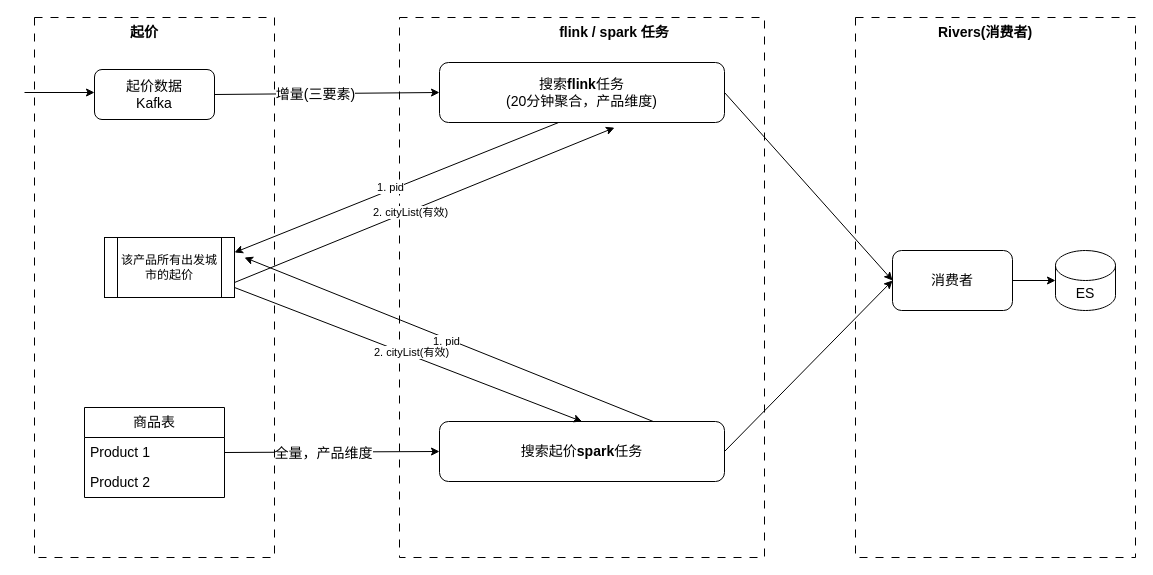
Earlier version of the draw.io diagram 索引起价更新V2.drawio (haiyang1985/draw-io). Source tidied: cells renumbered, new cells numbered last; positions are measured from the earlier drawing's top-left corner, leaving out a move shared by most shapes. Both pictures are drawn from the tidied source at 100%, with x=0, y=0 at pixel (24, 17).
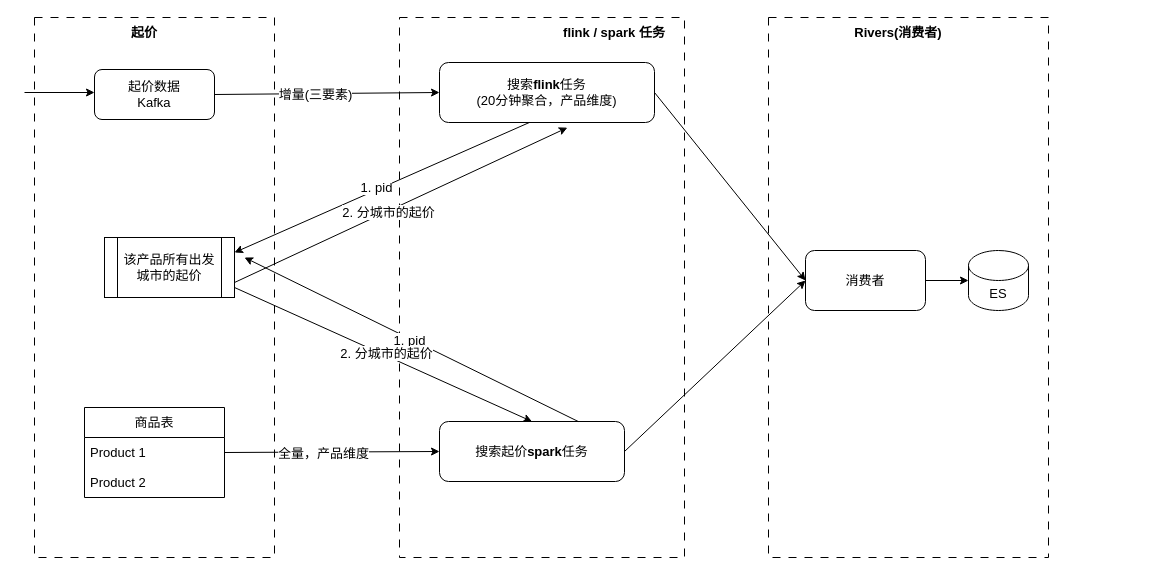
Above is the later version.

Commit message:
更新索引起价更新V2.drawio

Diff of the diagram source:
```diff
@@
-    <mxCell id="2" style="rounded=0;whiteSpace=wrap;html=1;fontSize=14;dashed=1;dashPattern=8 8;" parent="1" vertex="1">
-      <mxGeometry x="375" width="365" height="540" as="geometry" />
+    <mxCell id="2" style="rounded=0;whiteSpace=wrap;html=1;fontSize=13;dashed=1;dashPattern=8 8;" parent="1" vertex="1">
+      <mxGeometry x="375" width="285" height="540" as="geometry" />
     </mxCell>
-    <mxCell id="3" style="rounded=0;whiteSpace=wrap;html=1;fontSize=14;dashed=1;dashPattern=8 8;" parent="1" vertex="1">
-      <mxGeometry x="831" width="280" height="540" as="geometry" />
+    <mxCell id="3" style="rounded=0;whiteSpace=wrap;html=1;fontSize=13;dashed=1;dashPattern=8 8;" parent="1" vertex="1">
+      <mxGeometry x="744" width="280" height="540" as="geometry" />
     </mxCell>
-    <mxCell id="4" style="rounded=0;whiteSpace=wrap;html=1;fontSize=14;strokeColor=default;dashed=1;dashPattern=8 8;" parent="1" vertex="1">
+    <mxCell id="4" style="rounded=0;whiteSpace=wrap;html=1;fontSize=13;strokeColor=default;dashed=1;dashPattern=8 8;" parent="1" vertex="1">
       <mxGeometry x="10" width="240" height="540" as="geometry" />
     </mxCell>
-    <mxCell id="5" value="起价" style="text;html=1;whiteSpace=wrap;strokeColor=none;fillColor=none;align=center;verticalAlign=middle;rounded=0;fontSize=14;fontStyle=1;" parent="1" vertex="1">
+    <mxCell id="5" value="起价" style="text;html=1;whiteSpace=wrap;strokeColor=none;fillColor=none;align=center;verticalAlign=middle;rounded=0;fontSize=13;fontStyle=1;" parent="1" vertex="1">
       <mxGeometry x="90" width="60" height="30" as="geometry" />
     </mxCell>
-    <mxCell id="6" value="flink / spark 任务" style="text;html=1;whiteSpace=wrap;strokeColor=none;fillColor=none;align=center;verticalAlign=middle;rounded=0;fontSize=14;fontStyle=1;" parent="1" vertex="1">
+    <mxCell id="6" value="flink / spark 任务" style="text;html=1;whiteSpace=wrap;strokeColor=none;fillColor=none;align=center;verticalAlign=middle;rounded=0;fontSize=13;fontStyle=1;" parent="1" vertex="1">
       <mxGeometry x="530" width="120" height="30" as="geometry" />
     </mxCell>
-    <mxCell id="7" value="Rivers(消费者)" style="text;html=1;whiteSpace=wrap;strokeColor=none;fillColor=none;align=center;verticalAlign=middle;rounded=0;fontSize=14;fontStyle=1;" parent="1" vertex="1">
-      <mxGeometry x="911" width="100" height="30" as="geometry" />
+    <mxCell id="7" value="Rivers(消费者)" style="text;html=1;whiteSpace=wrap;strokeColor=none;fillColor=none;align=center;verticalAlign=middle;rounded=0;fontSize=13;fontStyle=1;" parent="1" vertex="1">
+      <mxGeometry x="824" width="100" height="30" as="geometry" />
     </mxCell>
-    <mxCell id="8" value="起价数据&lt;div&gt;Kafka&lt;/div&gt;" style="rounded=1;whiteSpace=wrap;html=1;fontSize=14;" parent="1" vertex="1">
+    <mxCell id="8" value="起价数据&lt;div&gt;Kafka&lt;/div&gt;" style="rounded=1;whiteSpace=wrap;html=1;fontSize=13;" parent="1" vertex="1">
       <mxGeometry x="70" y="52" width="120" height="50" as="geometry" />
     </mxCell>
-    <mxCell id="9" value="搜索&lt;b&gt;flink&lt;/b&gt;任务&lt;div&gt;(20分钟聚合，产品维度)&lt;/div&gt;" style="rounded=1;whiteSpace=wrap;html=1;fontSize=14;" parent="1" vertex="1">
-      <mxGeometry x="415" y="45" width="285" height="60" as="geometry" />
+    <mxCell id="9" value="搜索&lt;b&gt;flink&lt;/b&gt;任务&lt;div&gt;(20分钟聚合，产品维度)&lt;/div&gt;" style="rounded=1;whiteSpace=wrap;html=1;fontSize=13;" parent="1" vertex="1">
+      <mxGeometry x="415" y="45" width="215" height="60" as="geometry" />
     </mxCell>
-    <mxCell id="10" style="endArrow=classic;html=1;rounded=0;exitX=1;exitY=0.5;exitDx=0;exitDy=0;entryX=0;entryY=0.5;entryDx=0;entryDy=0;fontSize=14;" parent="1" edge="1" source="8" target="9">
+    <mxCell id="10" style="endArrow=classic;html=1;rounded=0;exitX=1;exitY=0.5;exitDx=0;exitDy=0;entryX=0;entryY=0.5;entryDx=0;entryDy=0;fontSize=13;" parent="1" edge="1" source="8" target="9">
       <mxGeometry relative="1" as="geometry" />
     </mxCell>
-    <mxCell id="11" value="增量(三要素&lt;span style=&quot;background-color: light-dark(#ffffff, var(--ge-dark-color, #121212)); color: light-dark(rgb(0, 0, 0), rgb(255, 255, 255));&quot;&gt;)&lt;/span&gt;" style="edgeLabel;html=1;align=center;verticalAlign=middle;fontSize=14;" parent="10" vertex="1">
+    <mxCell id="11" value="增量(三要素&lt;span style=&quot;background-color: light-dark(#ffffff, var(--ge-dark-color, #121212)); color: light-dark(rgb(0, 0, 0), rgb(255, 255, 255));&quot;&gt;)&lt;/span&gt;" style="edgeLabel;html=1;align=center;verticalAlign=middle;fontSize=13;" parent="10" vertex="1">
       <mxGeometry x="-0.1" relative="1" as="geometry" />
     </mxCell>
-    <mxCell id="12" value="ES" style="shape=cylinder3;whiteSpace=wrap;html=1;boundedLbl=1;backgroundOutline=1;size=15;fontSize=14;" parent="1" vertex="1">
-      <mxGeometry x="1031" y="233" width="60" height="60" as="geometry" />
+    <mxCell id="12" value="ES" style="shape=cylinder3;whiteSpace=wrap;html=1;boundedLbl=1;backgroundOutline=1;size=15;fontSize=13;" parent="1" vertex="1">
+      <mxGeometry x="944" y="233" width="60" height="60" as="geometry" />
     </mxCell>
-    <mxCell id="13" value="消费者" style="rounded=1;whiteSpace=wrap;html=1;fontSize=14;" parent="1" vertex="1">
-      <mxGeometry x="868" y="233" width="120" height="60" as="geometry" />
+    <mxCell id="13" value="消费者" style="rounded=1;whiteSpace=wrap;html=1;fontSize=13;" parent="1" vertex="1">
+      <mxGeometry x="781" y="233" width="120" height="60" as="geometry" />
     </mxCell>
-    <mxCell id="14" style="endArrow=classic;html=1;rounded=0;exitX=1;exitY=0.5;exitDx=0;exitDy=0;entryX=0;entryY=0.5;entryDx=0;entryDy=0;fontSize=14;" parent="1" edge="1" source="9" target="13">
+    <mxCell id="14" style="endArrow=classic;html=1;rounded=0;exitX=1;exitY=0.5;exitDx=0;exitDy=0;entryX=0;entryY=0.5;entryDx=0;entryDy=0;fontSize=13;" parent="1" edge="1" source="9" target="13">
       <mxGeometry relative="1" as="geometry" />
     </mxCell>
-    <mxCell id="15" style="endArrow=classic;html=1;rounded=0;exitX=1;exitY=0.5;exitDx=0;exitDy=0;fontSize=14;" parent="1" edge="1" source="13">
+    <mxCell id="15" style="endArrow=classic;html=1;rounded=0;exitX=1;exitY=0.5;exitDx=0;exitDy=0;fontSize=13;" parent="1" edge="1" source="13">
       <mxGeometry relative="1" as="geometry">
-        <mxPoint x="1031" y="263" as="targetPoint" />
+        <mxPoint x="944" y="263" as="targetPoint" />
       </mxGeometry>
     </mxCell>
-    <mxCell id="16" style="endArrow=classic;html=1;rounded=0;fontSize=14;" parent="1" edge="1">
+    <mxCell id="16" style="endArrow=classic;html=1;rounded=0;fontSize=13;" parent="1" edge="1">
       <mxGeometry relative="1" as="geometry">
         <mxPoint y="75" as="sourcePoint" />
         <mxPoint x="70" y="75" as="targetPoint" />
       </mxGeometry>
     </mxCell>
-    <mxCell id="17" value="商品表" style="swimlane;fontStyle=0;horizontal=1;startSize=30;whiteSpace=wrap;html=1;fontSize=14;" parent="1" vertex="1">
+    <mxCell id="17" value="商品表" style="swimlane;fontStyle=0;horizontal=1;startSize=30;whiteSpace=wrap;html=1;fontSize=13;" parent="1" vertex="1">
       <mxGeometry x="60" y="390" width="140" height="90" as="geometry" />
     </mxCell>
-    <mxCell id="18" value="Product 1" style="text;strokeColor=none;fillColor=none;align=left;verticalAlign=middle;spacingLeft=4;spacingRight=4;overflow=hidden;points=[[0,0.5],[1,0.5]];portConstraint=eastwest;whiteSpace=wrap;html=1;fontSize=14;" parent="17" vertex="1">
+    <mxCell id="18" value="Product 1" style="text;strokeColor=none;fillColor=none;align=left;verticalAlign=middle;spacingLeft=4;spacingRight=4;overflow=hidden;points=[[0,0.5],[1,0.5]];portConstraint=eastwest;whiteSpace=wrap;html=1;fontSize=13;" parent="17" vertex="1">
       <mxGeometry y="30" width="140" height="30" as="geometry" />
     </mxCell>
-    <mxCell id="19" value="Product 2" style="text;strokeColor=none;fillColor=none;align=left;verticalAlign=middle;spacingLeft=4;spacingRight=4;overflow=hidden;whiteSpace=wrap;html=1;fontSize=14;" parent="17" vertex="1">
+    <mxCell id="19" value="Product 2" style="text;strokeColor=none;fillColor=none;align=left;verticalAlign=middle;spacingLeft=4;spacingRight=4;overflow=hidden;whiteSpace=wrap;html=1;fontSize=13;" parent="17" vertex="1">
       <mxGeometry y="60" width="140" height="30" as="geometry" />
     </mxCell>
-    <mxCell id="20" value="搜索起价&lt;b&gt;spark&lt;/b&gt;任务" style="rounded=1;whiteSpace=wrap;html=1;fontSize=14;" parent="1" vertex="1">
-      <mxGeometry x="415" y="404" width="285" height="60" as="geometry" />
+    <mxCell id="20" value="搜索起价&lt;b&gt;spark&lt;/b&gt;任务" style="rounded=1;whiteSpace=wrap;html=1;fontSize=13;" parent="1" vertex="1">
+      <mxGeometry x="415" y="404" width="185" height="60" as="geometry" />
     </mxCell>
-    <mxCell id="21" style="endArrow=classic;html=1;rounded=0;exitX=1;exitY=0.5;exitDx=0;exitDy=0;entryX=0;entryY=0.5;entryDx=0;entryDy=0;fontSize=14;" parent="1" edge="1" source="18" target="20">
+    <mxCell id="21" style="endArrow=classic;html=1;rounded=0;exitX=1;exitY=0.5;exitDx=0;exitDy=0;entryX=0;entryY=0.5;entryDx=0;entryDy=0;fontSize=13;" parent="1" edge="1" source="18" target="20">
       <mxGeometry relative="1" as="geometry" />
     </mxCell>
-    <mxCell id="22" value="全量，产品维度" style="edgeLabel;html=1;align=center;verticalAlign=middle;fontSize=14;" parent="21" vertex="1">
+    <mxCell id="22" value="全量，产品维度" style="edgeLabel;html=1;align=center;verticalAlign=middle;fontSize=13;" parent="21" vertex="1">
       <mxGeometry x="-0.09" y="-1" relative="1" as="geometry" />
     </mxCell>
-    <mxCell id="23" style="endArrow=classic;html=1;rounded=0;entryX=0;entryY=0.5;entryDx=0;entryDy=0;exitX=1;exitY=0.5;exitDx=0;exitDy=0;fontSize=14;" parent="1" edge="1" source="20" target="13">
+    <mxCell id="23" style="endArrow=classic;html=1;rounded=0;entryX=0;entryY=0.5;entryDx=0;entryDy=0;exitX=1;exitY=0.5;exitDx=0;exitDy=0;fontSize=13;" parent="1" edge="1" source="20" target="13">
       <mxGeometry relative="1" as="geometry" />
     </mxCell>
-    <mxCell id="24" value="该产品所有出发城市的起价" style="shape=process;whiteSpace=wrap;html=1;backgroundOutline=1;" parent="1" vertex="1">
+    <mxCell id="24" value="该产品所有出发城市的起价" style="shape=process;whiteSpace=wrap;html=1;backgroundOutline=1;fontSize=13;" parent="1" vertex="1">
       <mxGeometry x="80" y="220" width="130" height="60" as="geometry" />
     </mxCell>
-    <mxCell id="25" style="endArrow=classic;html=1;rounded=0;exitX=0.418;exitY=1;exitDx=0;exitDy=0;entryX=1;entryY=0.25;entryDx=0;entryDy=0;exitPerimeter=0;" parent="1" edge="1" source="9" target="24">
+    <mxCell id="25" style="endArrow=classic;html=1;rounded=0;exitX=0.418;exitY=1;exitDx=0;exitDy=0;entryX=1;entryY=0.25;entryDx=0;entryDy=0;exitPerimeter=0;fontSize=13;" parent="1" edge="1" source="9" target="24">
       <mxGeometry relative="1" as="geometry" />
     </mxCell>
-    <mxCell id="26" value="1. pid" style="edgeLabel;html=1;align=center;verticalAlign=middle;" parent="25" vertex="1">
+    <mxCell id="26" value="1. pid" style="edgeLabel;html=1;align=center;verticalAlign=middle;fontSize=13;" parent="25" vertex="1">
       <mxGeometry x="0.03" y="-3" relative="1" as="geometry" />
     </mxCell>
-    <mxCell id="27" style="endArrow=classic;html=1;rounded=0;exitX=1;exitY=0.75;exitDx=0;exitDy=0;entryX=0.589;entryY=0.204;entryDx=0;entryDy=0;entryPerimeter=0;" parent="1" edge="1" source="24" target="2">
+    <mxCell id="27" style="endArrow=classic;html=1;rounded=0;exitX=1;exitY=0.75;exitDx=0;exitDy=0;entryX=0.589;entryY=0.204;entryDx=0;entryDy=0;entryPerimeter=0;fontSize=13;" parent="1" edge="1" source="24" target="2">
       <mxGeometry relative="1" as="geometry" />
     </mxCell>
-    <mxCell id="28" value="2. cityList(有效)" style="edgeLabel;html=1;align=center;verticalAlign=middle;" parent="27" vertex="1">
+    <mxCell id="28" value="2. 分城市的起价" style="edgeLabel;html=1;align=center;verticalAlign=middle;fontSize=13;" parent="27" vertex="1">
       <mxGeometry x="-0.08" y="-1" relative="1" as="geometry" />
     </mxCell>
-    <mxCell id="29" style="endArrow=classic;html=1;rounded=0;exitX=0.75;exitY=0;exitDx=0;exitDy=0;" parent="1" edge="1" source="20">
+    <mxCell id="29" style="endArrow=classic;html=1;rounded=0;exitX=0.75;exitY=0;exitDx=0;exitDy=0;fontSize=13;" parent="1" edge="1" source="20">
       <mxGeometry relative="1" as="geometry">
         <mxPoint x="220" y="240" as="targetPoint" />
       </mxGeometry>
     </mxCell>
-    <mxCell id="30" value="1. pid" style="edgeLabel;html=1;align=center;verticalAlign=middle;" parent="29" vertex="1">
+    <mxCell id="30" value="1. pid" style="edgeLabel;html=1;align=center;verticalAlign=middle;fontSize=13;" parent="29" vertex="1">
       <mxGeometry x="0.01" y="2" relative="1" as="geometry" />
     </mxCell>
-    <mxCell id="31" style="endArrow=classic;html=1;rounded=0;entryX=0.5;entryY=0;entryDx=0;entryDy=0;" parent="1" edge="1" target="20">
+    <mxCell id="31" style="endArrow=classic;html=1;rounded=0;entryX=0.5;entryY=0;entryDx=0;entryDy=0;fontSize=13;" parent="1" edge="1" target="20">
       <mxGeometry relative="1" as="geometry">
         <mxPoint x="210" y="270" as="sourcePoint" />
       </mxGeometry>
     </mxCell>
-    <mxCell id="32" value="2. cityList(有效)" style="edgeLabel;html=1;align=center;verticalAlign=middle;" parent="31" vertex="1">
+    <mxCell id="32" value="2. 分城市的起价" style="edgeLabel;html=1;align=center;verticalAlign=middle;fontSize=13;" parent="31" vertex="1">
       <mxGeometry x="0.01" y="3" relative="1" as="geometry" />
     </mxCell>
```
